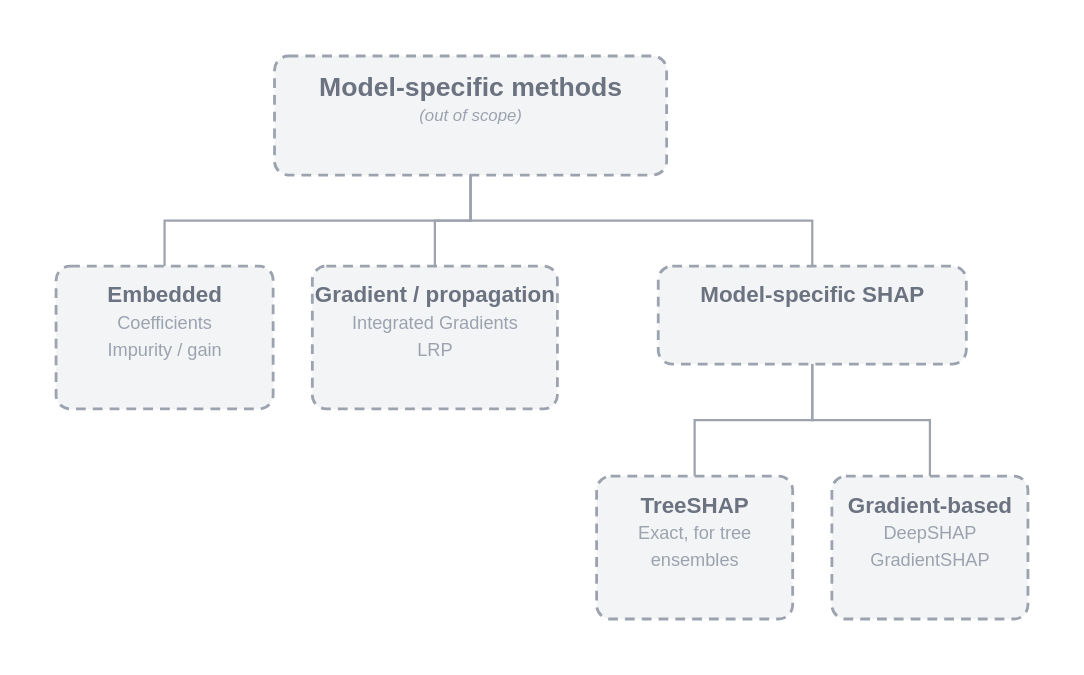
Above: posts/explaining-black-box-predictions/diagrams/taxonomy_model_specific.drawio.svg in DMLF1/blog (draw.io), before the change. Source tidied: cells renumbered, new cells last; positions are measured from the earlier drawing's top-left corner, leaving out a move shared by most shapes.
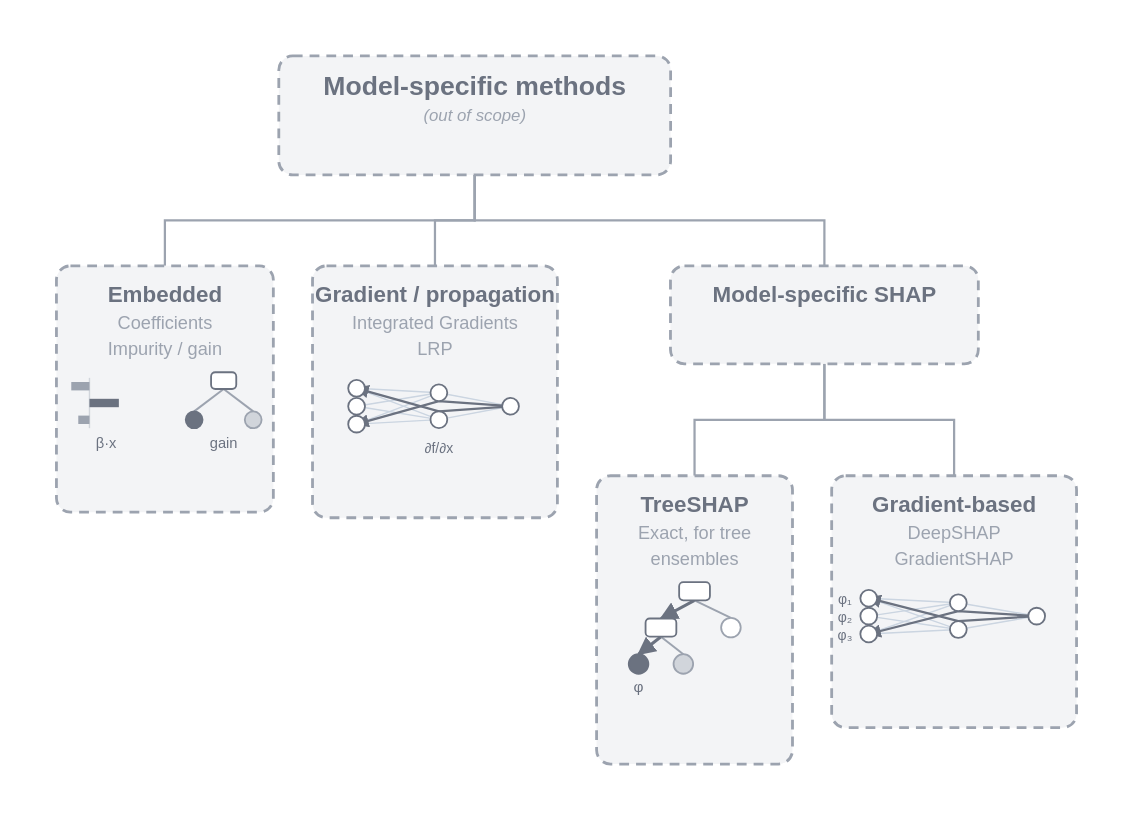
The same diagram one commit later.

Commit message:
Add icons to the model-specific methods diagram

Change to the diagram source:
```diff
@@ -3,23 +3,281 @@
     <mxCell id="0" />
     <mxCell id="1" parent="0" />
     <mxCell id="2" value="&lt;span style=&quot;font-size:19px;color:#6B7280;font-weight:bold;&quot;&gt;Model-specific methods&lt;/span&gt;&lt;br&gt;&lt;span style=&quot;font-size:12px;color:#9CA3AF;font-style:italic;&quot;&gt;(out of scope)&lt;/span&gt;" style="rounded=1;whiteSpace=wrap;html=1;fillColor=#F3F4F6;strokeColor=#9CA3AF;strokeWidth=2;dashed=1;dashPattern=7 5;" parent="1" vertex="1">
-      <mxGeometry x="156" width="280" height="85" as="geometry" />
+      <mxGeometry x="159" width="280" height="85" as="geometry" />
     </mxCell>
     <mxCell id="3" value="&lt;span style=&quot;font-size:16px;color:#6B7280;font-weight:bold;&quot;&gt;Embedded&lt;/span&gt;&lt;br&gt;&lt;span style=&quot;font-size:13px;color:#9CA3AF;&quot;&gt;Coefficients&lt;/span&gt;&lt;br&gt;&lt;span style=&quot;font-size:13px;color:#9CA3AF;&quot;&gt;Impurity / gain&lt;/span&gt;" style="rounded=1;whiteSpace=wrap;html=1;fillColor=#F3F4F6;strokeColor=#9CA3AF;strokeWidth=2;dashed=1;dashPattern=7 5;" parent="1" vertex="1">
-      <mxGeometry y="150" width="155" height="102" as="geometry" />
+      <mxGeometry y="150" width="155" height="176" as="geometry" />
     </mxCell>
+    <mxCell id="13" style="rounded=0;whiteSpace=wrap;html=1;fillColor=#9CA3AF;strokeColor=none;" parent="1" vertex="1">
+      <mxGeometry x="11" y="233" width="13" height="6" as="geometry" />
+    </mxCell>
+    <mxCell id="14" style="rounded=0;whiteSpace=wrap;html=1;fillColor=#6B7280;strokeColor=none;" parent="1" vertex="1">
+      <mxGeometry x="24" y="245" width="21" height="6" as="geometry" />
+    </mxCell>
+    <mxCell id="15" style="rounded=0;whiteSpace=wrap;html=1;fillColor=#9CA3AF;strokeColor=none;" parent="1" vertex="1">
+      <mxGeometry x="16" y="257" width="8" height="6" as="geometry" />
+    </mxCell>
+    <mxCell id="16" value="β·x" style="text;html=1;align=center;verticalAlign=middle;fontSize=11;fontColor=#6B7280;" parent="1" vertex="1">
+      <mxGeometry x="2" y="271" width="66" height="16" as="geometry" />
+    </mxCell>
+    <mxCell id="17" style="edgeStyle=none;html=1;strokeColor=#9CA3AF;strokeWidth=1.4;endArrow=none;" parent="1" edge="1">
+      <mxGeometry relative="1" as="geometry">
+        <mxPoint x="120" y="238" as="sourcePoint" />
+        <mxPoint x="98" y="254" as="targetPoint" />
+      </mxGeometry>
+    </mxCell>
+    <mxCell id="18" style="edgeStyle=none;html=1;strokeColor=#9CA3AF;strokeWidth=1.4;endArrow=none;" parent="1" edge="1">
+      <mxGeometry relative="1" as="geometry">
+        <mxPoint x="120" y="238" as="sourcePoint" />
+        <mxPoint x="141" y="254" as="targetPoint" />
+      </mxGeometry>
+    </mxCell>
+    <mxCell id="19" style="rounded=1;whiteSpace=wrap;html=1;fillColor=#FFFFFF;strokeColor=#6B7280;" parent="1" vertex="1">
+      <mxGeometry x="110" y="226" width="18" height="12" as="geometry" />
+    </mxCell>
+    <mxCell id="20" style="ellipse;whiteSpace=wrap;html=1;fillColor=#6B7280;strokeColor=#6B7280;" parent="1" vertex="1">
+      <mxGeometry x="92" y="254" width="12" height="12" as="geometry" />
+    </mxCell>
+    <mxCell id="21" style="ellipse;whiteSpace=wrap;html=1;fillColor=#D1D5DB;strokeColor=#9CA3AF;" parent="1" vertex="1">
+      <mxGeometry x="135" y="254" width="12" height="12" as="geometry" />
+    </mxCell>
+    <mxCell id="22" value="gain" style="text;html=1;align=center;verticalAlign=middle;fontSize=11;fontColor=#6B7280;" parent="1" vertex="1">
+      <mxGeometry x="86" y="271" width="66" height="16" as="geometry" />
+    </mxCell>
     <mxCell id="4" value="&lt;span style=&quot;font-size:16px;color:#6B7280;font-weight:bold;&quot;&gt;Gradient / propagation&lt;/span&gt;&lt;br&gt;&lt;span style=&quot;font-size:13px;color:#9CA3AF;&quot;&gt;Integrated Gradients&lt;/span&gt;&lt;br&gt;&lt;span style=&quot;font-size:13px;color:#9CA3AF;&quot;&gt;LRP&lt;/span&gt;" style="rounded=1;whiteSpace=wrap;html=1;fillColor=#F3F4F6;strokeColor=#9CA3AF;strokeWidth=2;dashed=1;dashPattern=7 5;" parent="1" vertex="1">
-      <mxGeometry x="183" y="150" width="175" height="102" as="geometry" />
+      <mxGeometry x="183" y="150" width="175" height="180" as="geometry" />
     </mxCell>
+    <mxCell id="23" style="edgeStyle=none;html=1;strokeColor=#CBD5E1;strokeWidth=1;endArrow=none;" parent="1" edge="1">
+      <mxGeometry relative="1" as="geometry">
+        <mxPoint x="214" y="238" as="sourcePoint" />
+        <mxPoint x="273" y="241" as="targetPoint" />
+      </mxGeometry>
+    </mxCell>
+    <mxCell id="24" style="edgeStyle=none;html=1;strokeColor=#CBD5E1;strokeWidth=1;endArrow=none;" parent="1" edge="1">
+      <mxGeometry relative="1" as="geometry">
+        <mxPoint x="214" y="238" as="sourcePoint" />
+        <mxPoint x="273" y="260" as="targetPoint" />
+      </mxGeometry>
+    </mxCell>
+    <mxCell id="25" style="edgeStyle=none;html=1;strokeColor=#CBD5E1;strokeWidth=1;endArrow=none;" parent="1" edge="1">
+      <mxGeometry relative="1" as="geometry">
+        <mxPoint x="214" y="250" as="sourcePoint" />
+        <mxPoint x="273" y="241" as="targetPoint" />
+      </mxGeometry>
+    </mxCell>
+    <mxCell id="26" style="edgeStyle=none;html=1;strokeColor=#CBD5E1;strokeWidth=1;endArrow=none;" parent="1" edge="1">
+      <mxGeometry relative="1" as="geometry">
+        <mxPoint x="214" y="250" as="sourcePoint" />
+        <mxPoint x="273" y="260" as="targetPoint" />
+      </mxGeometry>
+    </mxCell>
+    <mxCell id="27" style="edgeStyle=none;html=1;strokeColor=#CBD5E1;strokeWidth=1;endArrow=none;" parent="1" edge="1">
+      <mxGeometry relative="1" as="geometry">
+        <mxPoint x="214" y="263" as="sourcePoint" />
+        <mxPoint x="273" y="241" as="targetPoint" />
+      </mxGeometry>
+    </mxCell>
+    <mxCell id="28" style="edgeStyle=none;html=1;strokeColor=#CBD5E1;strokeWidth=1;endArrow=none;" parent="1" edge="1">
+      <mxGeometry relative="1" as="geometry">
+        <mxPoint x="214" y="263" as="sourcePoint" />
+        <mxPoint x="273" y="260" as="targetPoint" />
+      </mxGeometry>
+    </mxCell>
+    <mxCell id="29" style="edgeStyle=none;html=1;strokeColor=#CBD5E1;strokeWidth=1;endArrow=none;" parent="1" edge="1">
+      <mxGeometry relative="1" as="geometry">
+        <mxPoint x="273" y="241" as="sourcePoint" />
+        <mxPoint x="324" y="250" as="targetPoint" />
+      </mxGeometry>
+    </mxCell>
+    <mxCell id="30" style="edgeStyle=none;html=1;strokeColor=#CBD5E1;strokeWidth=1;endArrow=none;" parent="1" edge="1">
+      <mxGeometry relative="1" as="geometry">
+        <mxPoint x="273" y="260" as="sourcePoint" />
+        <mxPoint x="324" y="250" as="targetPoint" />
+      </mxGeometry>
+    </mxCell>
+    <mxCell id="31" style="edgeStyle=none;html=1;strokeColor=#6B7280;strokeWidth=1.6;curved=1;endArrow=block;endSize=5;" parent="1" edge="1">
+      <mxGeometry relative="1" as="geometry">
+        <mxPoint x="324" y="250" as="sourcePoint" />
+        <mxPoint x="214" y="238" as="targetPoint" />
+        <Array as="points">
+          <mxPoint x="273" y="254" />
+        </Array>
+      </mxGeometry>
+    </mxCell>
+    <mxCell id="32" style="edgeStyle=none;html=1;strokeColor=#6B7280;strokeWidth=1.6;curved=1;endArrow=block;endSize=5;" parent="1" edge="1">
+      <mxGeometry relative="1" as="geometry">
+        <mxPoint x="324" y="250" as="sourcePoint" />
+        <mxPoint x="214" y="263" as="targetPoint" />
+        <Array as="points">
+          <mxPoint x="273" y="247" />
+        </Array>
+      </mxGeometry>
+    </mxCell>
+    <mxCell id="33" style="ellipse;whiteSpace=wrap;html=1;fillColor=#FFFFFF;strokeColor=#6B7280;" parent="1" vertex="1">
+      <mxGeometry x="208" y="232" width="12" height="12" as="geometry" />
+    </mxCell>
+    <mxCell id="34" style="ellipse;whiteSpace=wrap;html=1;fillColor=#FFFFFF;strokeColor=#6B7280;" parent="1" vertex="1">
+      <mxGeometry x="208" y="244" width="12" height="12" as="geometry" />
+    </mxCell>
+    <mxCell id="35" style="ellipse;whiteSpace=wrap;html=1;fillColor=#FFFFFF;strokeColor=#6B7280;" parent="1" vertex="1">
+      <mxGeometry x="208" y="257" width="12" height="12" as="geometry" />
+    </mxCell>
+    <mxCell id="36" style="ellipse;whiteSpace=wrap;html=1;fillColor=#FFFFFF;strokeColor=#6B7280;" parent="1" vertex="1">
+      <mxGeometry x="267" y="235" width="12" height="12" as="geometry" />
+    </mxCell>
+    <mxCell id="37" style="ellipse;whiteSpace=wrap;html=1;fillColor=#FFFFFF;strokeColor=#6B7280;" parent="1" vertex="1">
+      <mxGeometry x="267" y="254" width="12" height="12" as="geometry" />
+    </mxCell>
+    <mxCell id="38" style="ellipse;whiteSpace=wrap;html=1;fillColor=#FFFFFF;strokeColor=#6B7280;" parent="1" vertex="1">
+      <mxGeometry x="318" y="244" width="12" height="12" as="geometry" />
+    </mxCell>
+    <mxCell id="39" value="∂f/∂x" style="text;html=1;align=center;verticalAlign=middle;fontSize=10;fontColor=#6B7280;" parent="1" vertex="1">
+      <mxGeometry x="253" y="275" width="40" height="16" as="geometry" />
+    </mxCell>
     <mxCell id="5" value="&lt;span style=&quot;font-size:16px;color:#6B7280;font-weight:bold;&quot;&gt;Model-specific SHAP&lt;/span&gt;" style="rounded=1;whiteSpace=wrap;html=1;fillColor=#F3F4F6;strokeColor=#9CA3AF;strokeWidth=2;dashed=1;dashPattern=7 5;" parent="1" vertex="1">
-      <mxGeometry x="430" y="150" width="220" height="70" as="geometry" />
+      <mxGeometry x="439" y="150" width="220" height="70" as="geometry" />
     </mxCell>
     <mxCell id="6" value="&lt;span style=&quot;font-size:16px;color:#6B7280;font-weight:bold;&quot;&gt;TreeSHAP&lt;/span&gt;&lt;br&gt;&lt;span style=&quot;font-size:13px;color:#9CA3AF;&quot;&gt;Exact, for tree&lt;/span&gt;&lt;br&gt;&lt;span style=&quot;font-size:13px;color:#9CA3AF;&quot;&gt;ensembles&lt;/span&gt;" style="rounded=1;whiteSpace=wrap;html=1;fillColor=#F3F4F6;strokeColor=#9CA3AF;strokeWidth=2;dashed=1;dashPattern=7 5;" parent="1" vertex="1">
-      <mxGeometry x="386" y="300" width="140" height="102" as="geometry" />
+      <mxGeometry x="386" y="300" width="140" height="206" as="geometry" />
     </mxCell>
+    <mxCell id="40" style="edgeStyle=none;html=1;strokeColor=#6B7280;strokeWidth=2.2;endArrow=block;endSize=5;" parent="1" edge="1">
+      <mxGeometry relative="1" as="geometry">
+        <mxPoint x="456" y="389" as="sourcePoint" />
+        <mxPoint x="432" y="402" as="targetPoint" />
+      </mxGeometry>
+    </mxCell>
+    <mxCell id="41" style="edgeStyle=none;html=1;strokeColor=#9CA3AF;strokeWidth=1.4;endArrow=none;" parent="1" edge="1">
+      <mxGeometry relative="1" as="geometry">
+        <mxPoint x="456" y="389" as="sourcePoint" />
+        <mxPoint x="482" y="402" as="targetPoint" />
+      </mxGeometry>
+    </mxCell>
+    <mxCell id="42" style="edgeStyle=none;html=1;strokeColor=#6B7280;strokeWidth=2.2;endArrow=block;endSize=5;" parent="1" edge="1">
+      <mxGeometry relative="1" as="geometry">
+        <mxPoint x="432" y="415" as="sourcePoint" />
+        <mxPoint x="416" y="428" as="targetPoint" />
+      </mxGeometry>
+    </mxCell>
+    <mxCell id="43" style="edgeStyle=none;html=1;strokeColor=#9CA3AF;strokeWidth=1.4;endArrow=none;" parent="1" edge="1">
+      <mxGeometry relative="1" as="geometry">
+        <mxPoint x="432" y="415" as="sourcePoint" />
+        <mxPoint x="448" y="428" as="targetPoint" />
+      </mxGeometry>
+    </mxCell>
+    <mxCell id="44" style="rounded=1;whiteSpace=wrap;html=1;fillColor=#FFFFFF;strokeColor=#6B7280;" parent="1" vertex="1">
+      <mxGeometry x="445" y="376" width="22" height="13" as="geometry" />
+    </mxCell>
+    <mxCell id="45" style="rounded=1;whiteSpace=wrap;html=1;fillColor=#FFFFFF;strokeColor=#6B7280;" parent="1" vertex="1">
+      <mxGeometry x="421" y="402" width="22" height="13" as="geometry" />
+    </mxCell>
+    <mxCell id="46" style="ellipse;whiteSpace=wrap;html=1;fillColor=#FFFFFF;strokeColor=#9CA3AF;" parent="1" vertex="1">
+      <mxGeometry x="475" y="402" width="14" height="14" as="geometry" />
+    </mxCell>
+    <mxCell id="47" style="ellipse;whiteSpace=wrap;html=1;fillColor=#D1D5DB;strokeColor=#9CA3AF;" parent="1" vertex="1">
+      <mxGeometry x="441" y="428" width="14" height="14" as="geometry" />
+    </mxCell>
+    <mxCell id="48" style="ellipse;whiteSpace=wrap;html=1;fillColor=#6B7280;strokeColor=#6B7280;" parent="1" vertex="1">
+      <mxGeometry x="409" y="428" width="14" height="14" as="geometry" />
+    </mxCell>
+    <mxCell id="49" value="φ" style="text;html=1;align=center;verticalAlign=middle;fontSize=12;fontColor=#6B7280;" parent="1" vertex="1">
+      <mxGeometry x="408" y="446" width="16" height="16" as="geometry" />
+    </mxCell>
     <mxCell id="7" value="&lt;span style=&quot;font-size:16px;color:#6B7280;font-weight:bold;&quot;&gt;Gradient-based&lt;/span&gt;&lt;br&gt;&lt;span style=&quot;font-size:13px;color:#9CA3AF;&quot;&gt;DeepSHAP&lt;/span&gt;&lt;br&gt;&lt;span style=&quot;font-size:13px;color:#9CA3AF;&quot;&gt;GradientSHAP&lt;/span&gt;" style="rounded=1;whiteSpace=wrap;html=1;fillColor=#F3F4F6;strokeColor=#9CA3AF;strokeWidth=2;dashed=1;dashPattern=7 5;" parent="1" vertex="1">
-      <mxGeometry x="554" y="300" width="140" height="102" as="geometry" />
+      <mxGeometry x="554" y="300" width="175" height="180" as="geometry" />
     </mxCell>
+    <mxCell id="50" style="edgeStyle=none;html=1;strokeColor=#CBD5E1;strokeWidth=1;endArrow=none;" parent="1" edge="1">
+      <mxGeometry relative="1" as="geometry">
+        <mxPoint x="580" y="388" as="sourcePoint" />
+        <mxPoint x="644" y="391" as="targetPoint" />
+      </mxGeometry>
+    </mxCell>
+    <mxCell id="51" style="edgeStyle=none;html=1;strokeColor=#CBD5E1;strokeWidth=1;endArrow=none;" parent="1" edge="1">
+      <mxGeometry relative="1" as="geometry">
+        <mxPoint x="580" y="388" as="sourcePoint" />
+        <mxPoint x="644" y="410" as="targetPoint" />
+      </mxGeometry>
+    </mxCell>
+    <mxCell id="52" style="edgeStyle=none;html=1;strokeColor=#CBD5E1;strokeWidth=1;endArrow=none;" parent="1" edge="1">
+      <mxGeometry relative="1" as="geometry">
+        <mxPoint x="580" y="400" as="sourcePoint" />
+        <mxPoint x="644" y="391" as="targetPoint" />
+      </mxGeometry>
+    </mxCell>
+    <mxCell id="53" style="edgeStyle=none;html=1;strokeColor=#CBD5E1;strokeWidth=1;endArrow=none;" parent="1" edge="1">
+      <mxGeometry relative="1" as="geometry">
+        <mxPoint x="580" y="400" as="sourcePoint" />
+        <mxPoint x="644" y="410" as="targetPoint" />
+      </mxGeometry>
+    </mxCell>
+    <mxCell id="54" style="edgeStyle=none;html=1;strokeColor=#CBD5E1;strokeWidth=1;endArrow=none;" parent="1" edge="1">
+      <mxGeometry relative="1" as="geometry">
+        <mxPoint x="580" y="413" as="sourcePoint" />
+        <mxPoint x="644" y="391" as="targetPoint" />
+      </mxGeometry>
+    </mxCell>
+    <mxCell id="55" style="edgeStyle=none;html=1;strokeColor=#CBD5E1;strokeWidth=1;endArrow=none;" parent="1" edge="1">
+      <mxGeometry relative="1" as="geometry">
+        <mxPoint x="580" y="413" as="sourcePoint" />
+        <mxPoint x="644" y="410" as="targetPoint" />
+      </mxGeometry>
+    </mxCell>
+    <mxCell id="56" style="edgeStyle=none;html=1;strokeColor=#CBD5E1;strokeWidth=1;endArrow=none;" parent="1" edge="1">
+      <mxGeometry relative="1" as="geometry">
+        <mxPoint x="644" y="391" as="sourcePoint" />
+        <mxPoint x="700" y="400" as="targetPoint" />
+      </mxGeometry>
+    </mxCell>
+    <mxCell id="57" style="edgeStyle=none;html=1;strokeColor=#CBD5E1;strokeWidth=1;endArrow=none;" parent="1" edge="1">
+      <mxGeometry relative="1" as="geometry">
+        <mxPoint x="644" y="410" as="sourcePoint" />
+        <mxPoint x="700" y="400" as="targetPoint" />
+      </mxGeometry>
+    </mxCell>
+    <mxCell id="58" style="edgeStyle=none;html=1;strokeColor=#6B7280;strokeWidth=1.6;curved=1;endArrow=block;endSize=5;" parent="1" edge="1">
+      <mxGeometry relative="1" as="geometry">
+        <mxPoint x="700" y="400" as="sourcePoint" />
+        <mxPoint x="580" y="388" as="targetPoint" />
+        <Array as="points">
+          <mxPoint x="644" y="404" />
+        </Array>
+      </mxGeometry>
+    </mxCell>
+    <mxCell id="59" style="edgeStyle=none;html=1;strokeColor=#6B7280;strokeWidth=1.6;curved=1;endArrow=block;endSize=5;" parent="1" edge="1">
+      <mxGeometry relative="1" as="geometry">
+        <mxPoint x="700" y="400" as="sourcePoint" />
+        <mxPoint x="580" y="413" as="targetPoint" />
+        <Array as="points">
+          <mxPoint x="644" y="397" />
+        </Array>
+      </mxGeometry>
+    </mxCell>
+    <mxCell id="60" style="ellipse;whiteSpace=wrap;html=1;fillColor=#FFFFFF;strokeColor=#6B7280;" parent="1" vertex="1">
+      <mxGeometry x="574" y="382" width="12" height="12" as="geometry" />
+    </mxCell>
+    <mxCell id="61" style="ellipse;whiteSpace=wrap;html=1;fillColor=#FFFFFF;strokeColor=#6B7280;" parent="1" vertex="1">
+      <mxGeometry x="574" y="394" width="12" height="12" as="geometry" />
+    </mxCell>
+    <mxCell id="62" style="ellipse;whiteSpace=wrap;html=1;fillColor=#FFFFFF;strokeColor=#6B7280;" parent="1" vertex="1">
+      <mxGeometry x="574" y="407" width="12" height="12" as="geometry" />
+    </mxCell>
+    <mxCell id="63" style="ellipse;whiteSpace=wrap;html=1;fillColor=#FFFFFF;strokeColor=#6B7280;" parent="1" vertex="1">
+      <mxGeometry x="638" y="385" width="12" height="12" as="geometry" />
+    </mxCell>
+    <mxCell id="64" style="ellipse;whiteSpace=wrap;html=1;fillColor=#FFFFFF;strokeColor=#6B7280;" parent="1" vertex="1">
+      <mxGeometry x="638" y="404" width="12" height="12" as="geometry" />
+    </mxCell>
+    <mxCell id="65" style="ellipse;whiteSpace=wrap;html=1;fillColor=#FFFFFF;strokeColor=#6B7280;" parent="1" vertex="1">
+      <mxGeometry x="694" y="394" width="12" height="12" as="geometry" />
+    </mxCell>
+    <mxCell id="66" value="φ₁" style="text;html=1;align=center;verticalAlign=middle;fontSize=11;fontColor=#6B7280;" parent="1" vertex="1">
+      <mxGeometry x="550" y="380" width="18" height="16" as="geometry" />
+    </mxCell>
+    <mxCell id="67" value="φ₂" style="text;html=1;align=center;verticalAlign=middle;fontSize=11;fontColor=#6B7280;" parent="1" vertex="1">
+      <mxGeometry x="550" y="392" width="18" height="16" as="geometry" />
+    </mxCell>
+    <mxCell id="68" value="φ₃" style="text;html=1;align=center;verticalAlign=middle;fontSize=11;fontColor=#6B7280;" parent="1" vertex="1">
+      <mxGeometry x="550" y="405" width="18" height="16" as="geometry" />
+    </mxCell>
     <mxCell id="8" style="edgeStyle=orthogonalEdgeStyle;rounded=0;html=1;strokeColor=#9CA3AF;" parent="1" edge="1" source="2" target="3">
       <mxGeometry relative="1" as="geometry" />
     </mxCell>
```
